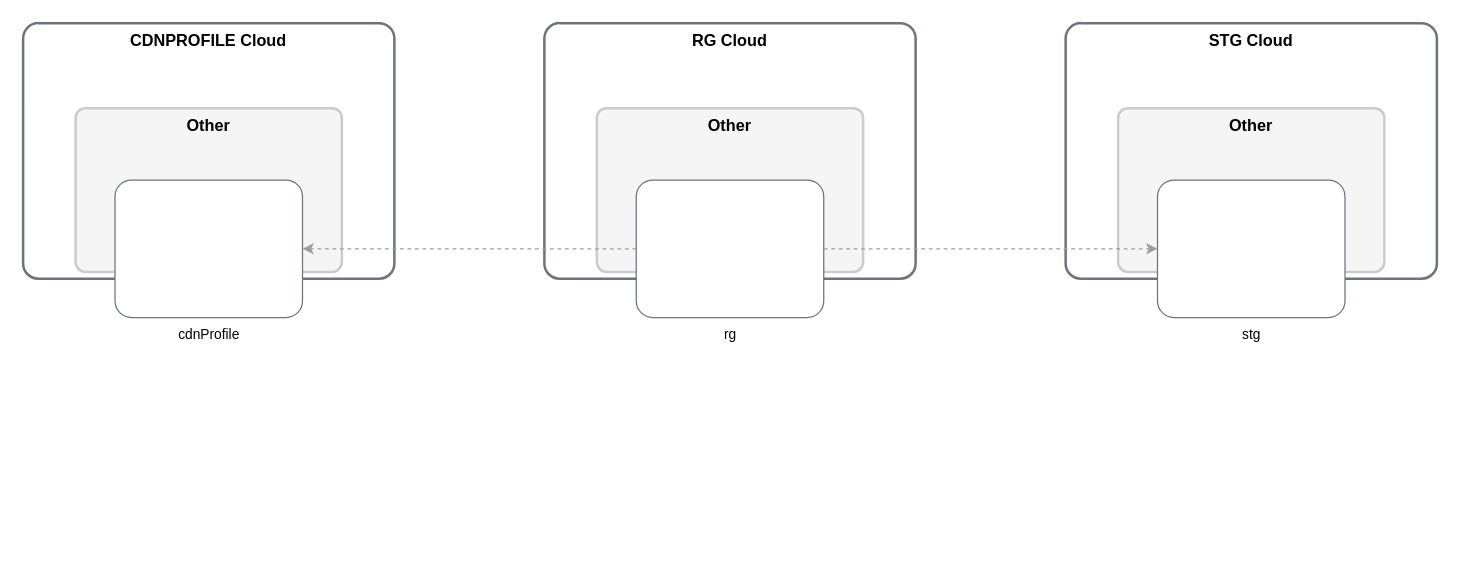
Above: examples/serverless-website/azure/pulumi/architecture-diagram.drawio in suryakumaran2611/auto-arch-diagram (draw.io), before the change. Source tidied: cells renumbered, new cells numbered last; positions are measured from the earlier drawing's top-left corner, leaving out a move shared by most shapes. Both pictures are drawn from the tidied source at 125%, with x=0, y=0 at pixel (22, 22).
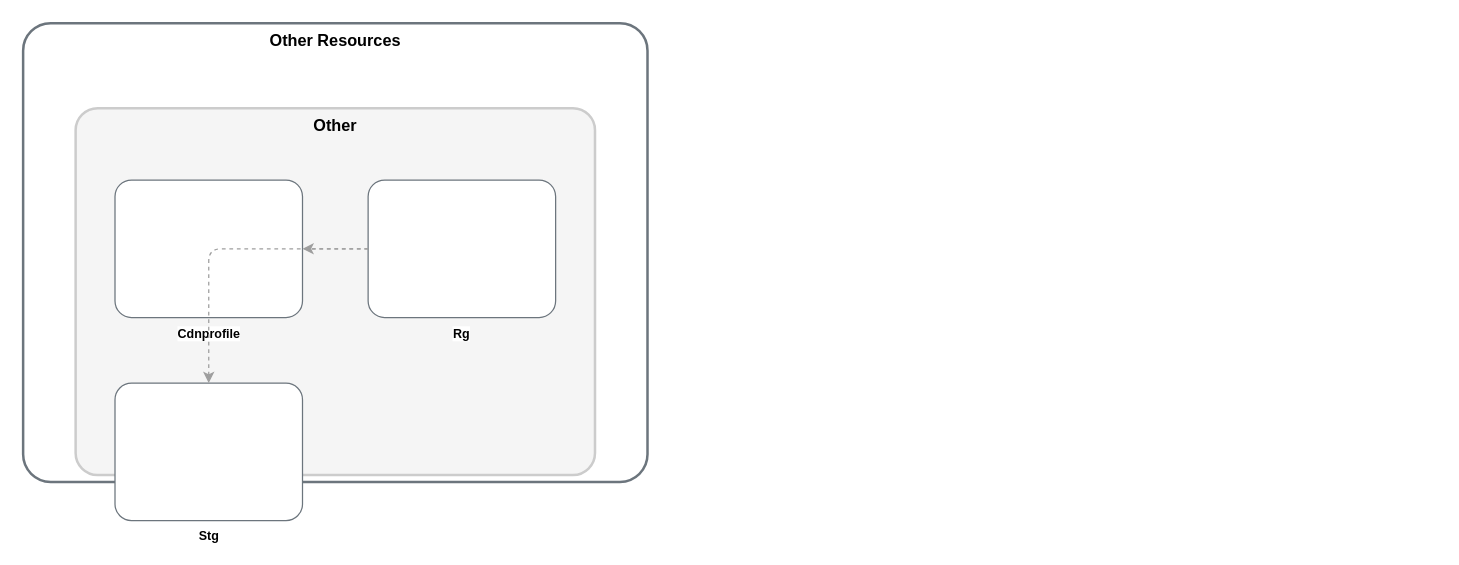
The same page after the edit.

Diff of the diagram source:
```diff
@@
-<mxGraphModel>
+<mxGraphModel background="#ffffff">
   <root>
     <mxCell id="0" />
     <mxCell id="1" parent="0" />
-    <mxCell id="2" value="CDNPROFILE Cloud" style="rounded=1;whiteSpace=wrap;html=1;arcSize=6;verticalAlign=top;fontSize=13;fontStyle=1;fillColor=#FFFFFF;strokeColor=#6C757D;strokeWidth=2;" parent="1" vertex="1">
-      <mxGeometry width="297" height="204.5" as="geometry" />
+    <mxCell id="2" value="Other Resources" style="rounded=1;whiteSpace=wrap;html=1;arcSize=6;verticalAlign=top;fontSize=13;fontStyle=1;fillColor=#FFFFFF;strokeColor=#6C757D;strokeWidth=2;" parent="1" vertex="1">
+      <mxGeometry width="499.5" height="367" as="geometry" />
     </mxCell>
     <mxCell id="3" value="Other" style="rounded=1;whiteSpace=wrap;html=1;arcSize=6;verticalAlign=top;fontSize=13;fontStyle=1;fillColor=#F5F5F5;strokeColor=#CCCCCC;strokeWidth=2;" parent="2" vertex="1">
-      <mxGeometry x="42" y="68" width="213" height="131" as="geometry" />
+      <mxGeometry x="42" y="68" width="415.5" height="293.5" as="geometry" />
     </mxCell>
-    <mxCell id="4" value="cdnProfile" style="rounded=1;whiteSpace=wrap;html=1;arcSize=12;fillColor=#FFFFFF;strokeColor=#6C757D;strokeWidth=1;fontSize=11;verticalLabelPosition=bottom;verticalAlign=top;" parent="3" vertex="1">
+    <mxCell id="4" value="&lt;b&gt;Cdnprofile&lt;/b&gt;&lt;br/&gt;" style="rounded=1;whiteSpace=wrap;html=1;arcSize=12;fillColor=#FFFFFF;strokeColor=#6C757D;strokeWidth=1;fontSize=10;verticalLabelPosition=bottom;verticalAlign=top;labelBackgroundColor=#FFFFFF;" parent="3" vertex="1">
       <mxGeometry x="31.5" y="57.5" width="150" height="110" as="geometry" />
     </mxCell>
-    <mxCell id="5" value="RG Cloud" style="rounded=1;whiteSpace=wrap;html=1;arcSize=6;verticalAlign=top;fontSize=13;fontStyle=1;fillColor=#FFFFFF;strokeColor=#6C757D;strokeWidth=2;" parent="1" vertex="1">
-      <mxGeometry x="417" width="297" height="204.5" as="geometry" />
-    </mxCell>
-    <mxCell id="6" value="Other" style="rounded=1;whiteSpace=wrap;html=1;arcSize=6;verticalAlign=top;fontSize=13;fontStyle=1;fillColor=#F5F5F5;strokeColor=#CCCCCC;strokeWidth=2;" parent="5" vertex="1">
-      <mxGeometry x="42" y="68" width="213" height="131" as="geometry" />
-    </mxCell>
-    <mxCell id="7" value="rg" style="rounded=1;whiteSpace=wrap;html=1;arcSize=12;fillColor=#FFFFFF;strokeColor=#6C757D;strokeWidth=1;fontSize=11;verticalLabelPosition=bottom;verticalAlign=top;" parent="6" vertex="1">
-      <mxGeometry x="31.5" y="57.5" width="150" height="110" as="geometry" />
+    <mxCell id="7" value="&lt;b&gt;Rg&lt;/b&gt;&lt;br/&gt;" style="rounded=1;whiteSpace=wrap;html=1;arcSize=12;fillColor=#FFFFFF;strokeColor=#6C757D;strokeWidth=1;fontSize=10;verticalLabelPosition=bottom;verticalAlign=top;labelBackgroundColor=#FFFFFF;" parent="3" vertex="1">
+      <mxGeometry x="234" y="57.5" width="150" height="110" as="geometry" />
     </mxCell>
-    <mxCell id="8" value="STG Cloud" style="rounded=1;whiteSpace=wrap;html=1;arcSize=6;verticalAlign=top;fontSize=13;fontStyle=1;fillColor=#FFFFFF;strokeColor=#6C757D;strokeWidth=2;" parent="1" vertex="1">
-      <mxGeometry x="834" width="297" height="204.5" as="geometry" />
-    </mxCell>
-    <mxCell id="9" value="Other" style="rounded=1;whiteSpace=wrap;html=1;arcSize=6;verticalAlign=top;fontSize=13;fontStyle=1;fillColor=#F5F5F5;strokeColor=#CCCCCC;strokeWidth=2;" parent="8" vertex="1">
-      <mxGeometry x="42" y="68" width="213" height="131" as="geometry" />
-    </mxCell>
-    <mxCell id="10" value="stg" style="rounded=1;whiteSpace=wrap;html=1;arcSize=12;fillColor=#FFFFFF;strokeColor=#6C757D;strokeWidth=1;fontSize=11;verticalLabelPosition=bottom;verticalAlign=top;" parent="9" vertex="1">
-      <mxGeometry x="31.5" y="57.5" width="150" height="110" as="geometry" />
+    <mxCell id="10" value="&lt;b&gt;Stg&lt;/b&gt;&lt;br/&gt;" style="rounded=1;whiteSpace=wrap;html=1;arcSize=12;fillColor=#FFFFFF;strokeColor=#6C757D;strokeWidth=1;fontSize=10;verticalLabelPosition=bottom;verticalAlign=top;labelBackgroundColor=#FFFFFF;" parent="3" vertex="1">
+      <mxGeometry x="31.5" y="220" width="150" height="110" as="geometry" />
     </mxCell>
     <mxCell id="11" style="edgeStyle=orthogonalEdgeStyle;rounded=1;html=1;jettySize=auto;strokeColor=#9E9E9E;strokeWidth=1.0;dashed=1;" parent="1" edge="1" source="7" target="4">
       <mxGeometry relative="1" as="geometry" />
     </mxCell>
     <mxCell id="12" style="edgeStyle=orthogonalEdgeStyle;rounded=1;html=1;jettySize=auto;strokeColor=#9E9E9E;strokeWidth=1.0;dashed=1;" parent="1" edge="1" source="7" target="10">
       <mxGeometry relative="1" as="geometry" />
     </mxCell>
   </root>
 </mxGraphModel>
```
